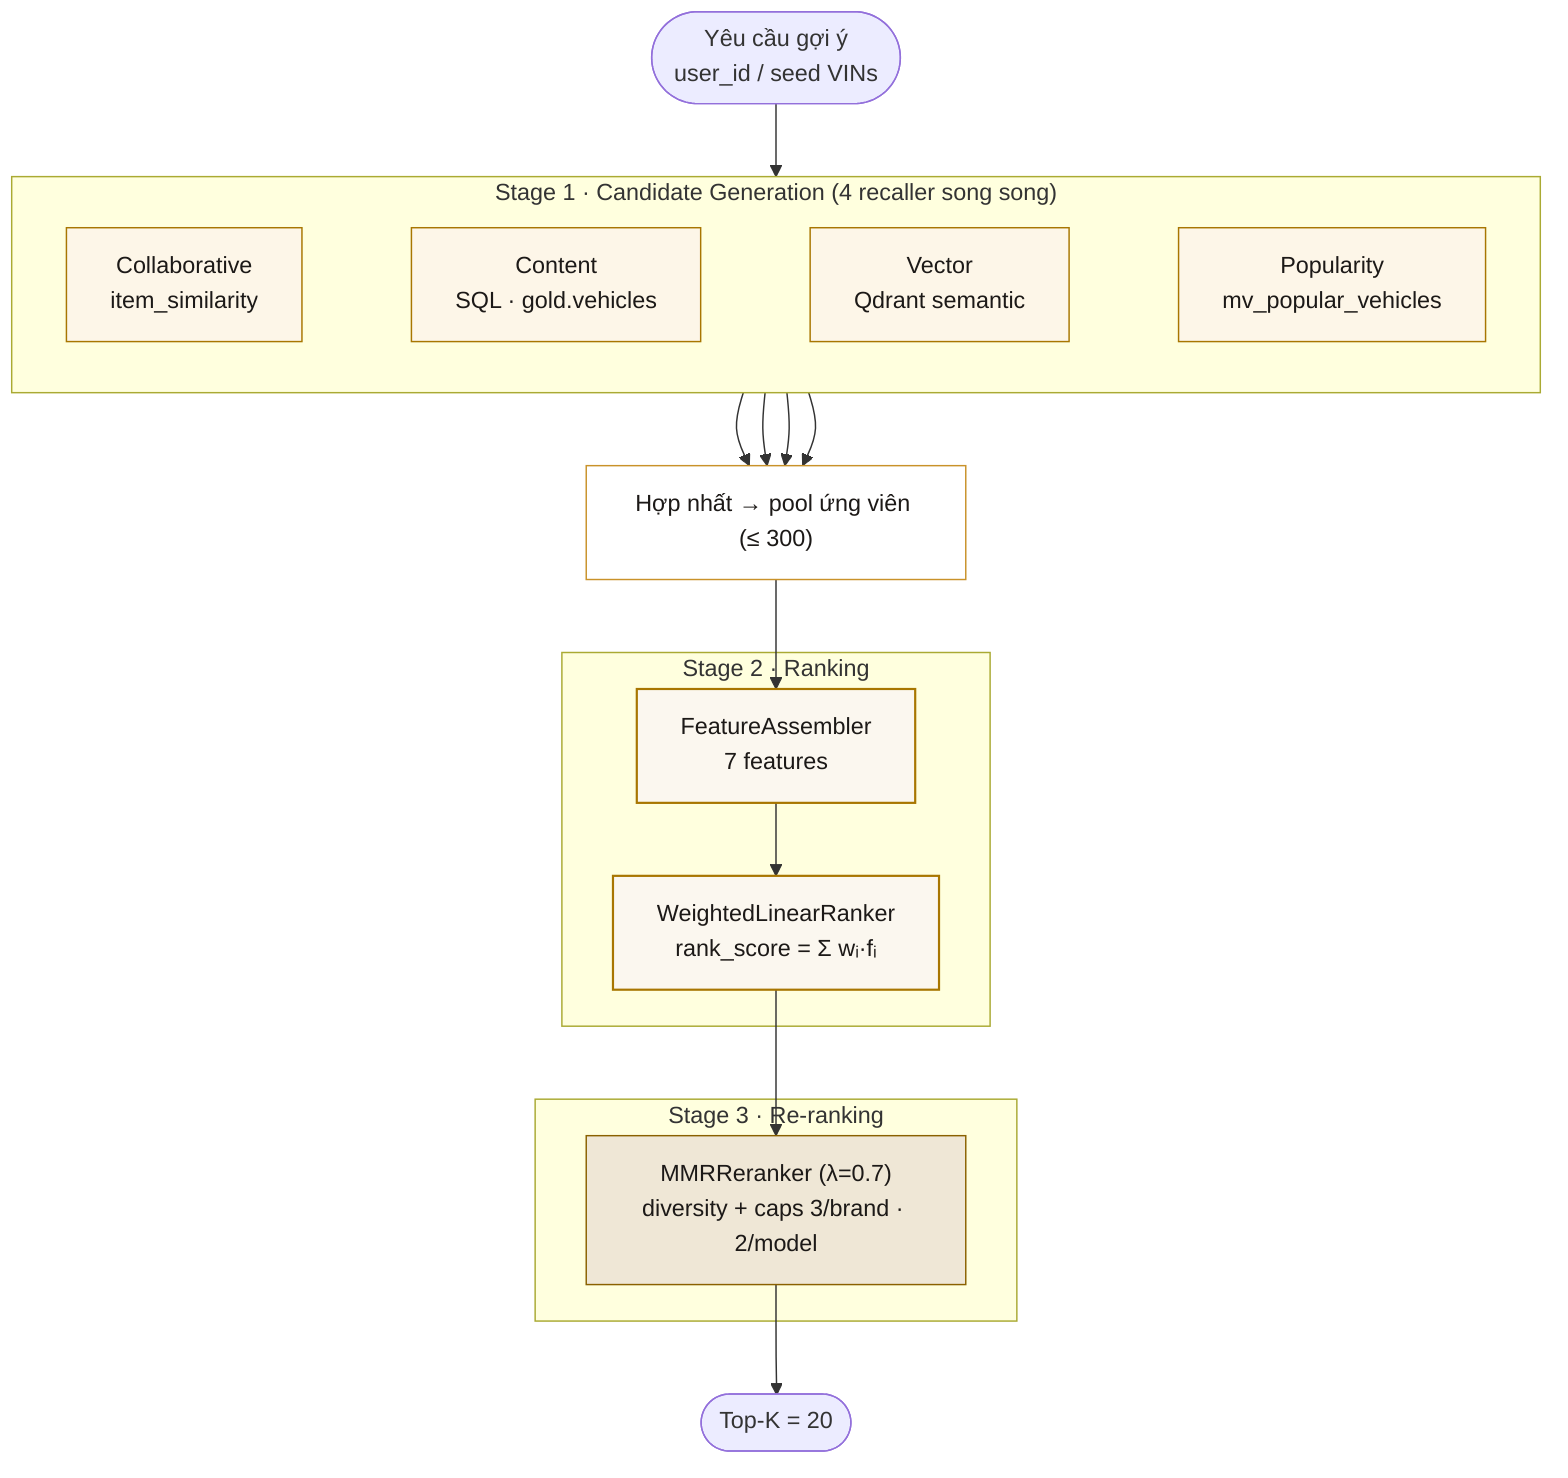
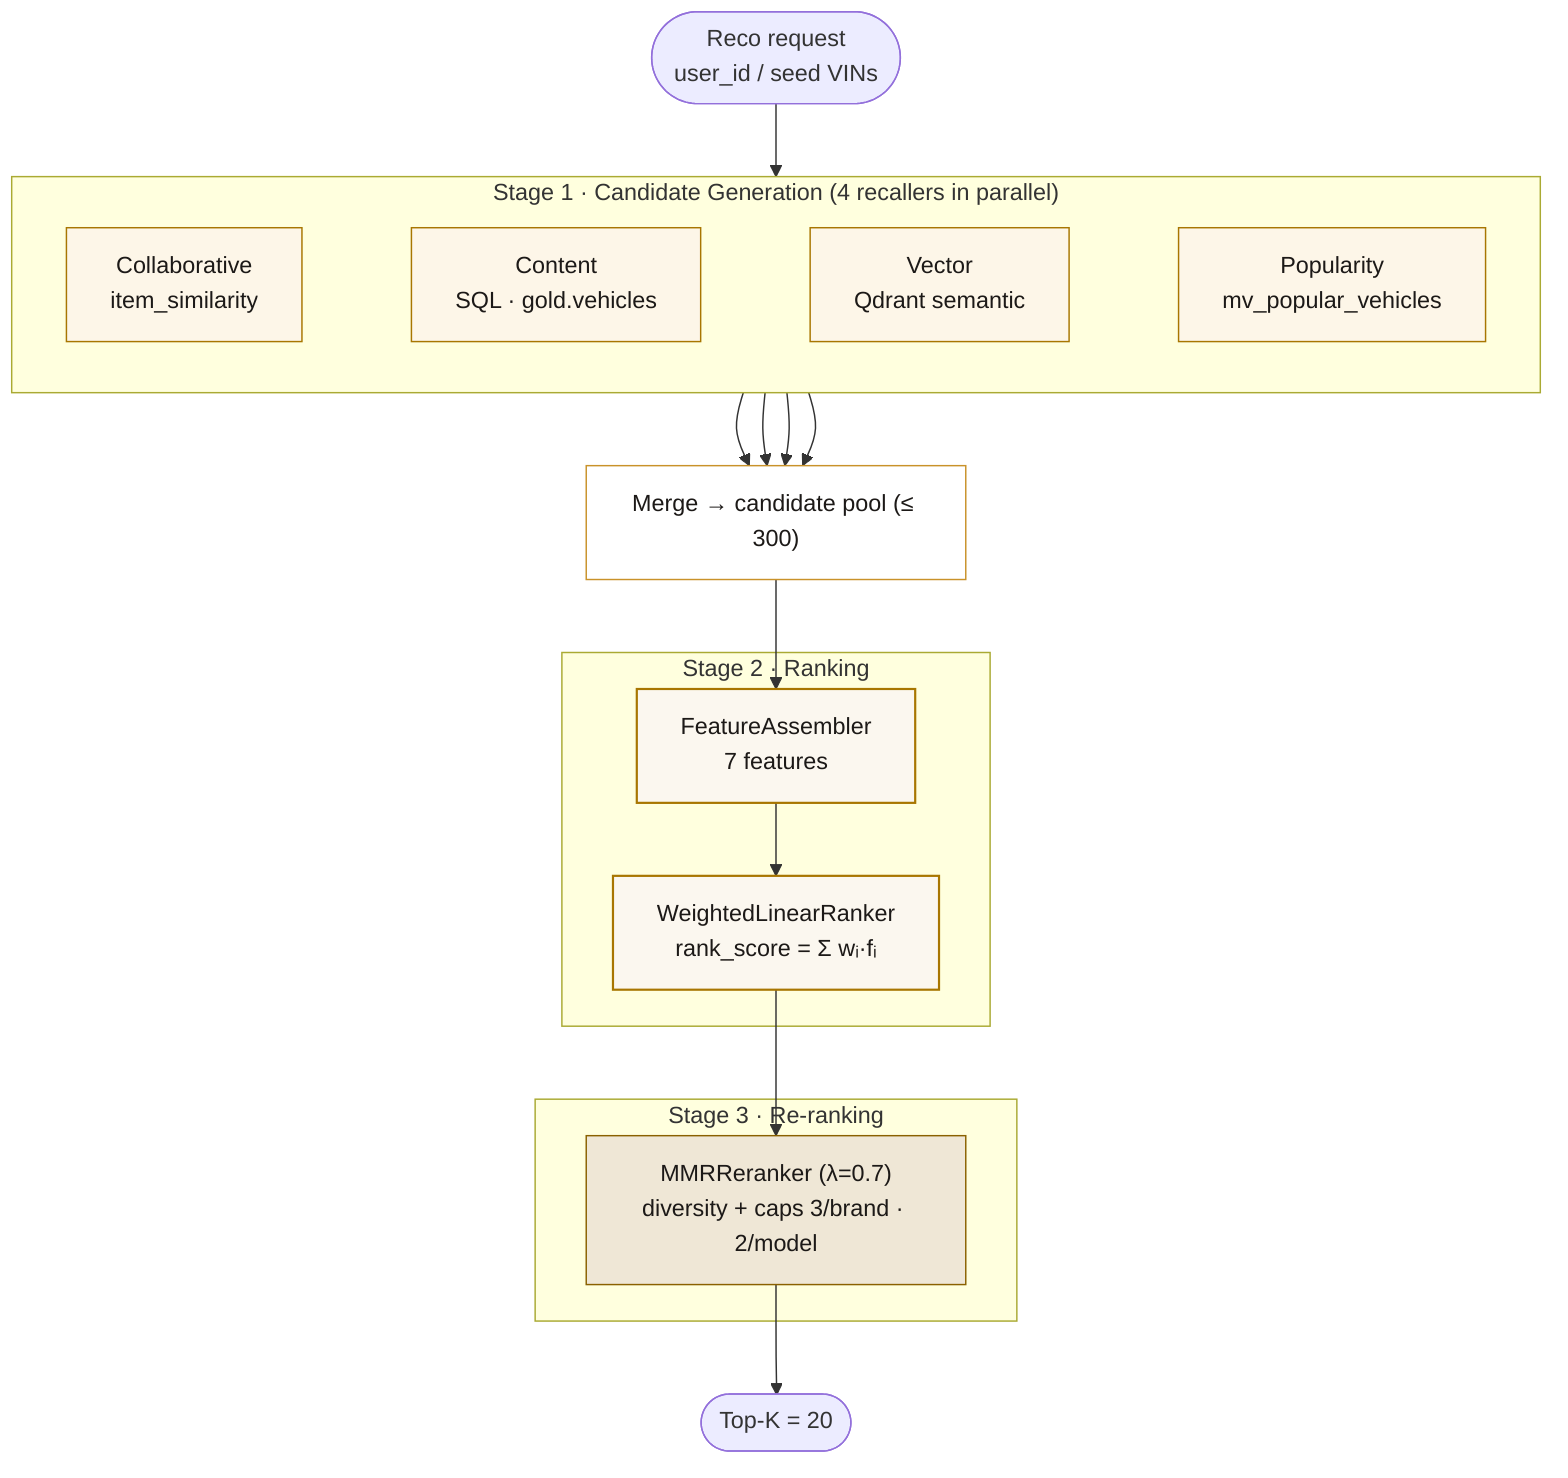
flowchart TB
-   req([Yêu cầu gợi ý<br/>user_id / seed VINs])
+   req([Reco request<br/>user_id / seed VINs])

-   subgraph s1["Stage 1 · Candidate Generation (4 recaller song song)"]
+   subgraph s1["Stage 1 · Candidate Generation (4 recallers in parallel)"]
    direction LR
    c1["Collaborative<br/>item_similarity"]:::rec
    c2["Content<br/>SQL · gold.vehicles"]:::rec
    c3["Vector<br/>Qdrant semantic"]:::rec
    c4["Popularity<br/>mv_popular_vehicles"]:::rec
    c1 ~~~ c2 ~~~ c3 ~~~ c4
  end

-   pool["Hợp nhất → pool ứng viên (≤ 300)"]:::mid
+   pool["Merge → candidate pool (≤ 300)"]:::mid

  subgraph s2["Stage 2 · Ranking"]
    fa["FeatureAssembler<br/>7 features"]:::rank
    wr["WeightedLinearRanker<br/>rank_score = Σ wᵢ·fᵢ"]:::rank
  end

  subgraph s3["Stage 3 · Re-ranking"]
    mmr["MMRReranker (λ=0.7)<br/>diversity + caps 3/brand · 2/model"]:::rerank
  end

  out([Top-K = 20])

  req --> s1
  c1 --> pool
  c2 --> pool
  c3 --> pool
  c4 --> pool
  pool --> fa --> wr --> mmr --> out

  classDef rec fill:#FDF6E8,stroke:#A87601,color:#1c1917;
  classDef mid fill:#ffffff,stroke:#c9922a,color:#1c1917;
  classDef rank fill:#FBF7EF,stroke:#A87601,stroke-width:1.5px,color:#1c1917;
  classDef rerank fill:#efe7d6,stroke:#8a6100,color:#1c1917;
